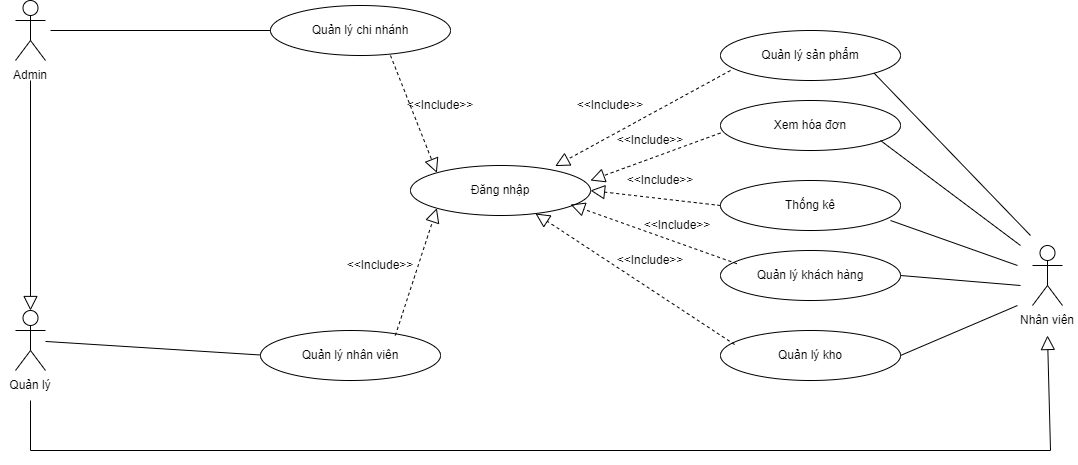
The draw.io diagram Sơ Đồ UseCase.png in ChauCongTu/thiet-ke-linh-tinh, before a commit. Source tidied: cells renumbered, new cells last; positions are measured from the earlier drawing's top-left corner, leaving out a move shared by most shapes.
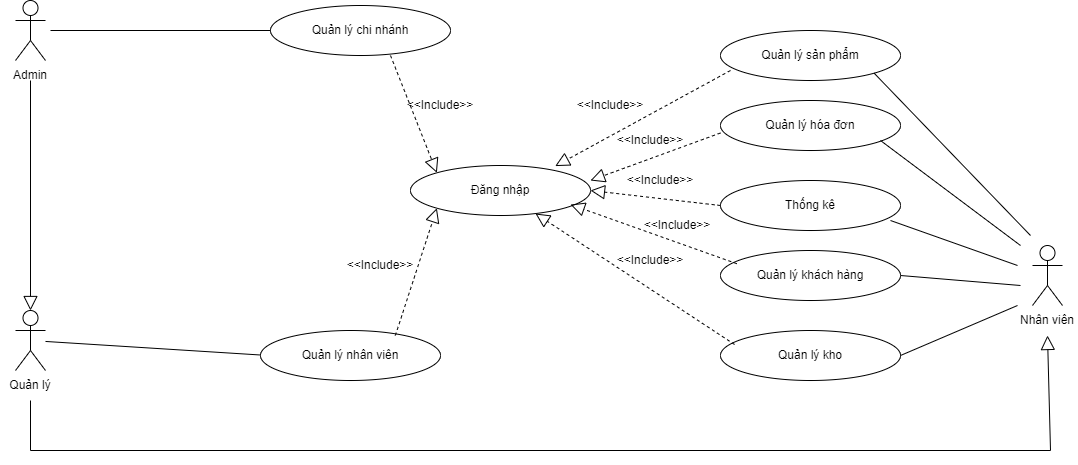
The same file after the commit.

Commit message:
Cập nhật Sơ Đồ UseCase.png

Diff of the diagram source:
```diff
@@ -35,7 +35,7 @@
     <mxCell id="12" value="Quản lý nhân viên" style="ellipse;whiteSpace=wrap;html=1;" parent="1" vertex="1">
       <mxGeometry x="260" y="330" width="180" height="50" as="geometry" />
     </mxCell>
-    <mxCell id="13" value="Xem hóa đơn" style="ellipse;whiteSpace=wrap;html=1;" parent="1" vertex="1">
+    <mxCell id="13" value="Quản lý hóa đơn" style="ellipse;whiteSpace=wrap;html=1;" parent="1" vertex="1">
       <mxGeometry x="720" y="100" width="180" height="50" as="geometry" />
     </mxCell>
     <mxCell id="14" style="endArrow=none;html=1;rounded=0;entryX=0;entryY=0.5;entryDx=0;entryDy=0;" parent="1" edge="1" target="8">
```
